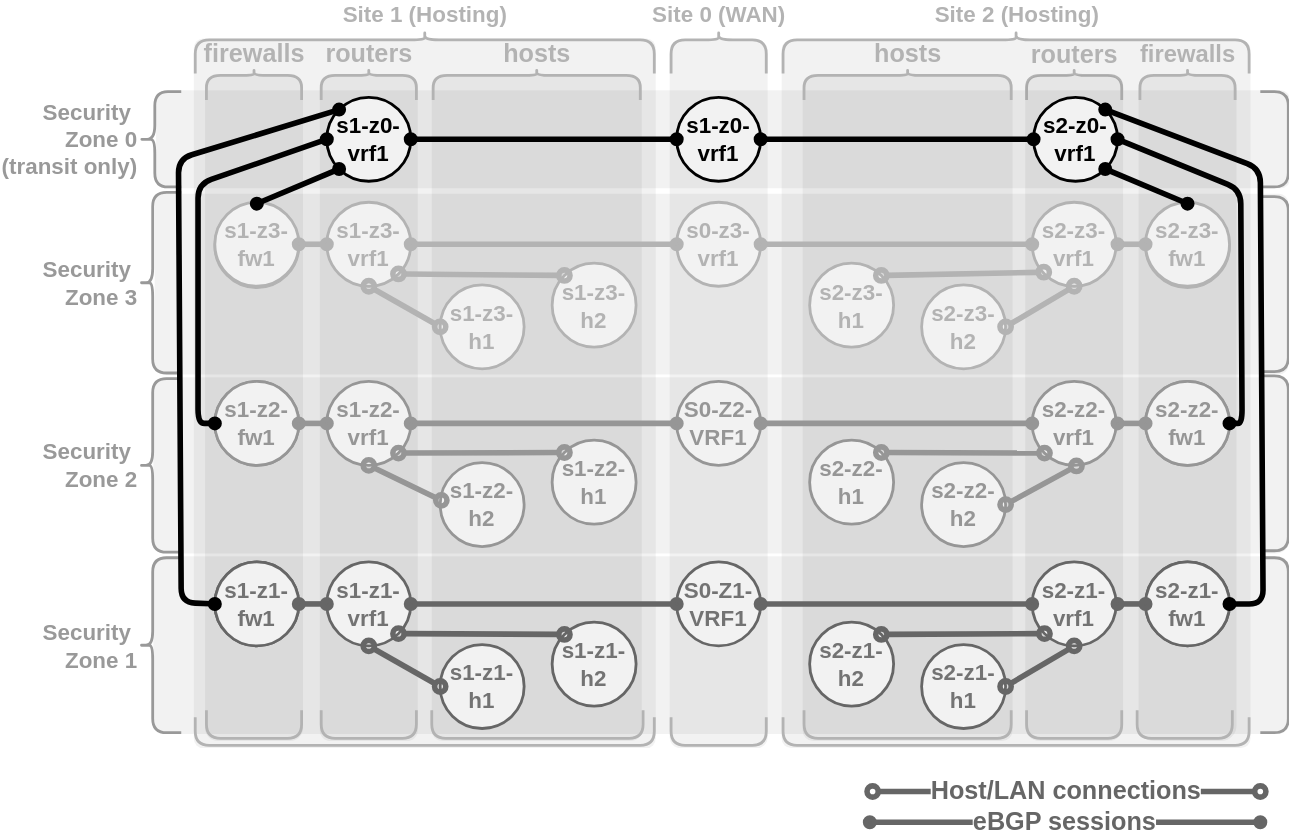
The draw.io diagram pages/1/3(ecmp-symmetric)/framework-algo-2-a.drawio.svg in menckend/alpha, before a commit. Source tidied: cells renumbered, new cells last; positions are measured from the earlier drawing's top-left corner, leaving out a move shared by most shapes.
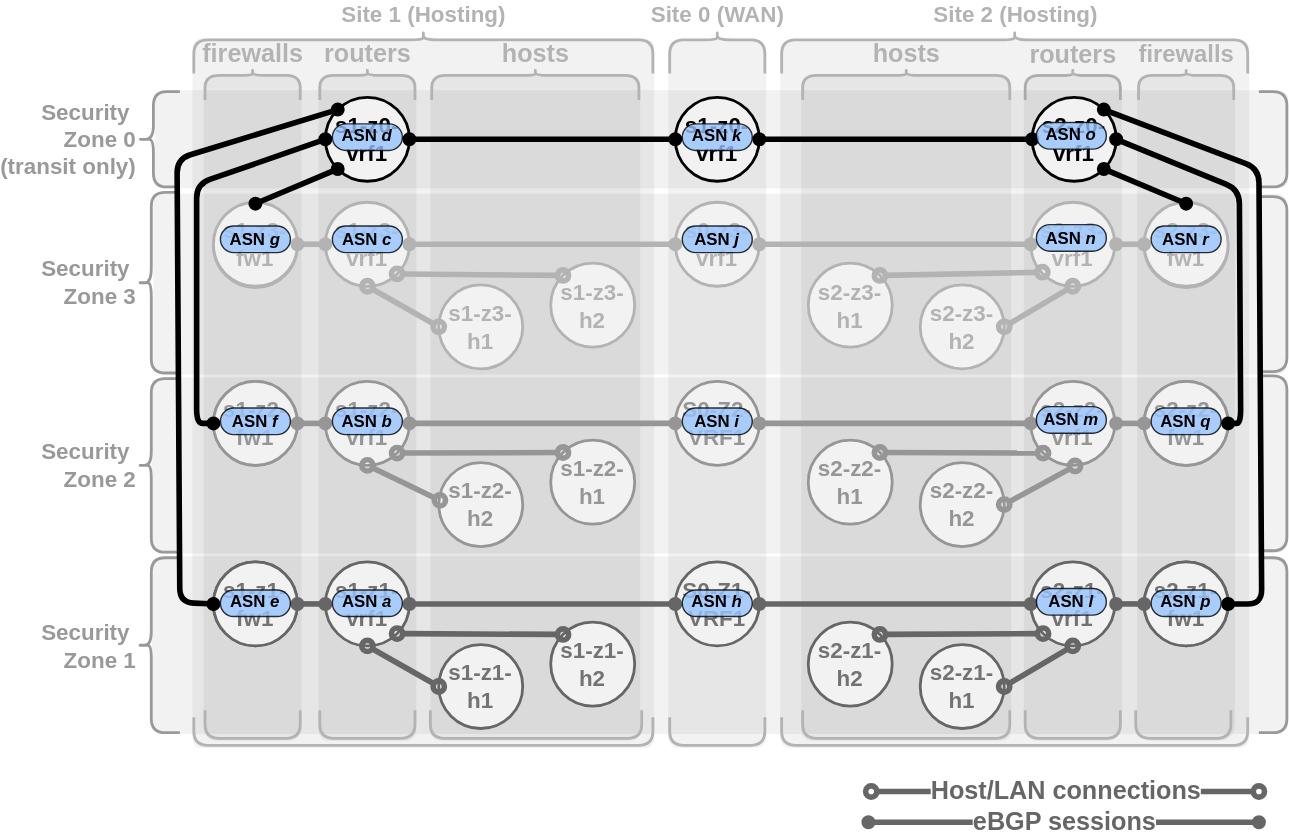
The same diagram one commit later.

Diff of the diagram source:
```diff
@@ -368,5 +368,59 @@
         </Array>
       </mxGeometry>
     </mxCell>
+    <mxCell id="111" value="&lt;b&gt;ASN &lt;i&gt;a&lt;/i&gt;&lt;/b&gt;" style="rounded=1;whiteSpace=wrap;html=1;arcSize=50;opacity=80;fillColor=#96C4FF;" parent="1" vertex="1">
+      <mxGeometry x="139" y="399" width="50" height="19" as="geometry" />
+    </mxCell>
+    <mxCell id="112" value="&lt;b&gt;ASN &lt;i&gt;b&lt;/i&gt;&lt;/b&gt;" style="rounded=1;whiteSpace=wrap;html=1;arcSize=50;opacity=80;fillColor=#96C4FF;" parent="1" vertex="1">
+      <mxGeometry x="139" y="269" width="50" height="19" as="geometry" />
+    </mxCell>
+    <mxCell id="113" value="&lt;b&gt;ASN &lt;i&gt;c&lt;/i&gt;&lt;/b&gt;" style="rounded=1;whiteSpace=wrap;html=1;arcSize=50;opacity=80;fillColor=#96C4FF;" parent="1" vertex="1">
+      <mxGeometry x="139" y="139" width="50" height="19" as="geometry" />
+    </mxCell>
+    <mxCell id="114" value="&lt;b&gt;ASN &lt;i&gt;d&lt;/i&gt;&lt;/b&gt;" style="rounded=1;whiteSpace=wrap;html=1;arcSize=50;opacity=80;fillColor=#96C4FF;" parent="1" vertex="1">
+      <mxGeometry x="139" y="66" width="50" height="19" as="geometry" />
+    </mxCell>
+    <mxCell id="115" value="&lt;b&gt;ASN &lt;i&gt;e&lt;/i&gt;&lt;/b&gt;" style="rounded=1;whiteSpace=wrap;html=1;arcSize=50;opacity=80;fillColor=#96C4FF;" parent="1" vertex="1">
+      <mxGeometry x="59" y="399" width="50" height="19" as="geometry" />
+    </mxCell>
+    <mxCell id="116" value="&lt;b&gt;ASN &lt;i&gt;f&lt;/i&gt;&lt;/b&gt;" style="rounded=1;whiteSpace=wrap;html=1;arcSize=50;opacity=80;fillColor=#96C4FF;" parent="1" vertex="1">
+      <mxGeometry x="59" y="269" width="50" height="19" as="geometry" />
+    </mxCell>
+    <mxCell id="117" value="&lt;b&gt;ASN &lt;i&gt;g&lt;/i&gt;&lt;/b&gt;" style="rounded=1;whiteSpace=wrap;html=1;arcSize=50;opacity=80;fillColor=#96C4FF;" parent="1" vertex="1">
+      <mxGeometry x="59" y="139" width="50" height="19" as="geometry" />
+    </mxCell>
+    <mxCell id="118" value="&lt;b&gt;ASN &lt;i&gt;h&lt;/i&gt;&lt;/b&gt;" style="rounded=1;whiteSpace=wrap;html=1;arcSize=50;opacity=80;fillColor=#96C4FF;" parent="1" vertex="1">
+      <mxGeometry x="389" y="399" width="50" height="19" as="geometry" />
+    </mxCell>
+    <mxCell id="119" value="&lt;b&gt;ASN &lt;i&gt;i&lt;/i&gt;&lt;/b&gt;" style="rounded=1;whiteSpace=wrap;html=1;arcSize=50;opacity=80;fillColor=#96C4FF;" parent="1" vertex="1">
+      <mxGeometry x="389" y="269" width="50" height="19" as="geometry" />
+    </mxCell>
+    <mxCell id="120" value="&lt;b&gt;ASN &lt;i&gt;j&lt;/i&gt;&lt;/b&gt;" style="rounded=1;whiteSpace=wrap;html=1;arcSize=50;opacity=80;fillColor=#96C4FF;" parent="1" vertex="1">
+      <mxGeometry x="389" y="139" width="50" height="19" as="geometry" />
+    </mxCell>
+    <mxCell id="121" value="&lt;b&gt;ASN &lt;i&gt;k&lt;/i&gt;&lt;/b&gt;" style="rounded=1;whiteSpace=wrap;html=1;arcSize=50;opacity=80;fillColor=#96C4FF;" parent="1" vertex="1">
+      <mxGeometry x="389" y="66" width="50" height="19" as="geometry" />
+    </mxCell>
+    <mxCell id="122" value="&lt;b&gt;ASN &lt;i&gt;l&lt;/i&gt;&lt;/b&gt;" style="rounded=1;whiteSpace=wrap;html=1;arcSize=50;opacity=80;fillColor=#96C4FF;" parent="1" vertex="1">
+      <mxGeometry x="642" y="398" width="50" height="19" as="geometry" />
+    </mxCell>
+    <mxCell id="123" value="&lt;b&gt;ASN &lt;i&gt;m&lt;/i&gt;&lt;/b&gt;" style="rounded=1;whiteSpace=wrap;html=1;arcSize=50;opacity=80;fillColor=#96C4FF;" parent="1" vertex="1">
+      <mxGeometry x="642" y="268" width="50" height="19" as="geometry" />
+    </mxCell>
+    <mxCell id="124" value="&lt;b&gt;ASN &lt;i&gt;n&lt;/i&gt;&lt;/b&gt;" style="rounded=1;whiteSpace=wrap;html=1;arcSize=50;opacity=80;fillColor=#96C4FF;" parent="1" vertex="1">
+      <mxGeometry x="642" y="138" width="50" height="19" as="geometry" />
+    </mxCell>
+    <mxCell id="125" value="&lt;b&gt;ASN &lt;i&gt;o&lt;/i&gt;&lt;/b&gt;" style="rounded=1;whiteSpace=wrap;html=1;arcSize=50;opacity=80;fillColor=#96C4FF;" parent="1" vertex="1">
+      <mxGeometry x="642" y="65" width="50" height="19" as="geometry" />
+    </mxCell>
+    <mxCell id="126" value="&lt;b&gt;ASN &lt;i&gt;p&lt;/i&gt;&lt;/b&gt;" style="rounded=1;whiteSpace=wrap;html=1;arcSize=50;opacity=80;fillColor=#96C4FF;" parent="1" vertex="1">
+      <mxGeometry x="724" y="399" width="50" height="19" as="geometry" />
+    </mxCell>
+    <mxCell id="127" value="&lt;b&gt;ASN &lt;i&gt;q&lt;/i&gt;&lt;/b&gt;" style="rounded=1;whiteSpace=wrap;html=1;arcSize=50;opacity=80;fillColor=#96C4FF;" parent="1" vertex="1">
+      <mxGeometry x="724" y="269" width="50" height="19" as="geometry" />
+    </mxCell>
+    <mxCell id="128" value="&lt;b&gt;ASN &lt;i&gt;r&lt;/i&gt;&lt;/b&gt;" style="rounded=1;whiteSpace=wrap;html=1;arcSize=50;opacity=80;fillColor=#96C4FF;" parent="1" vertex="1">
+      <mxGeometry x="724" y="139" width="50" height="19" as="geometry" />
+    </mxCell>
   </root>
 </mxGraphModel>
```
